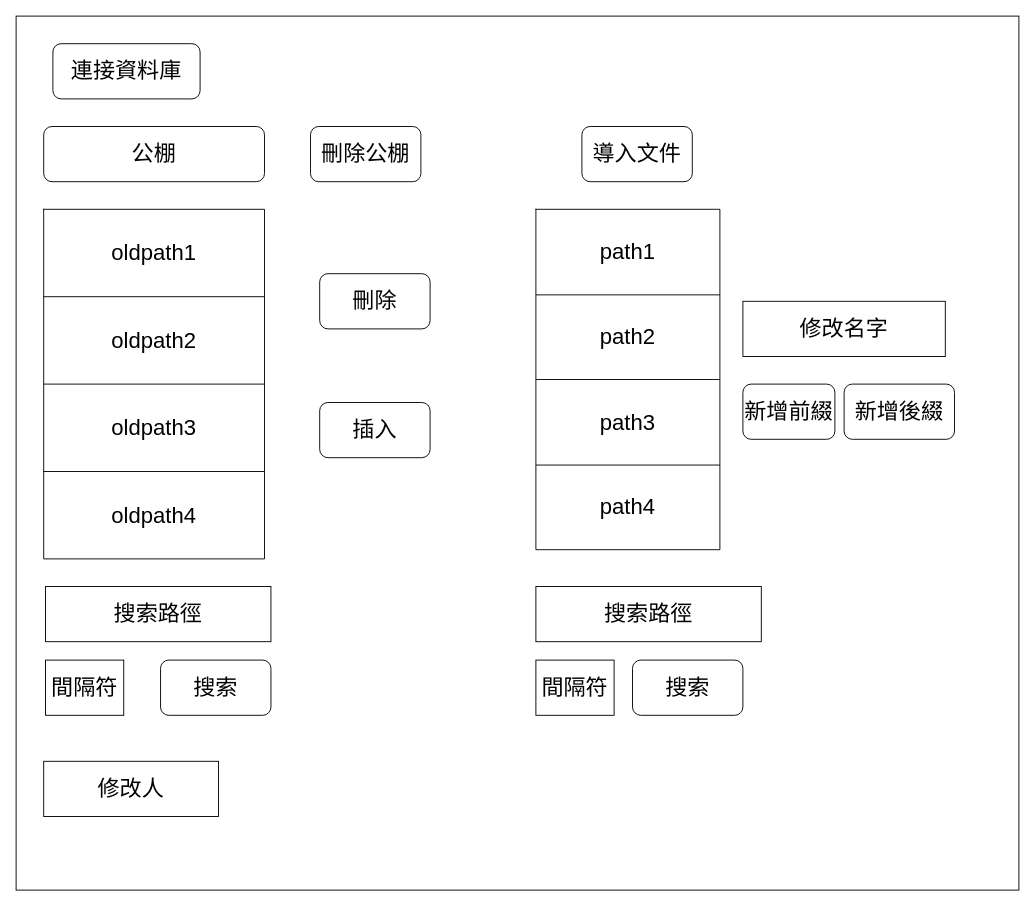
pengzhen80/PigeonRace keeps this draw.io diagram as page "Page-1" (2 of 4) of nfz_web_ui_design.drawio. Above is the earlier version. Source tidied: cells renumbered, new cells numbered last; positions are measured from the earlier drawing's top-left corner, leaving out a move shared by most shapes. Both pictures are drawn from the tidied source at 92%, with x=0, y=0 at pixel (16, 16).
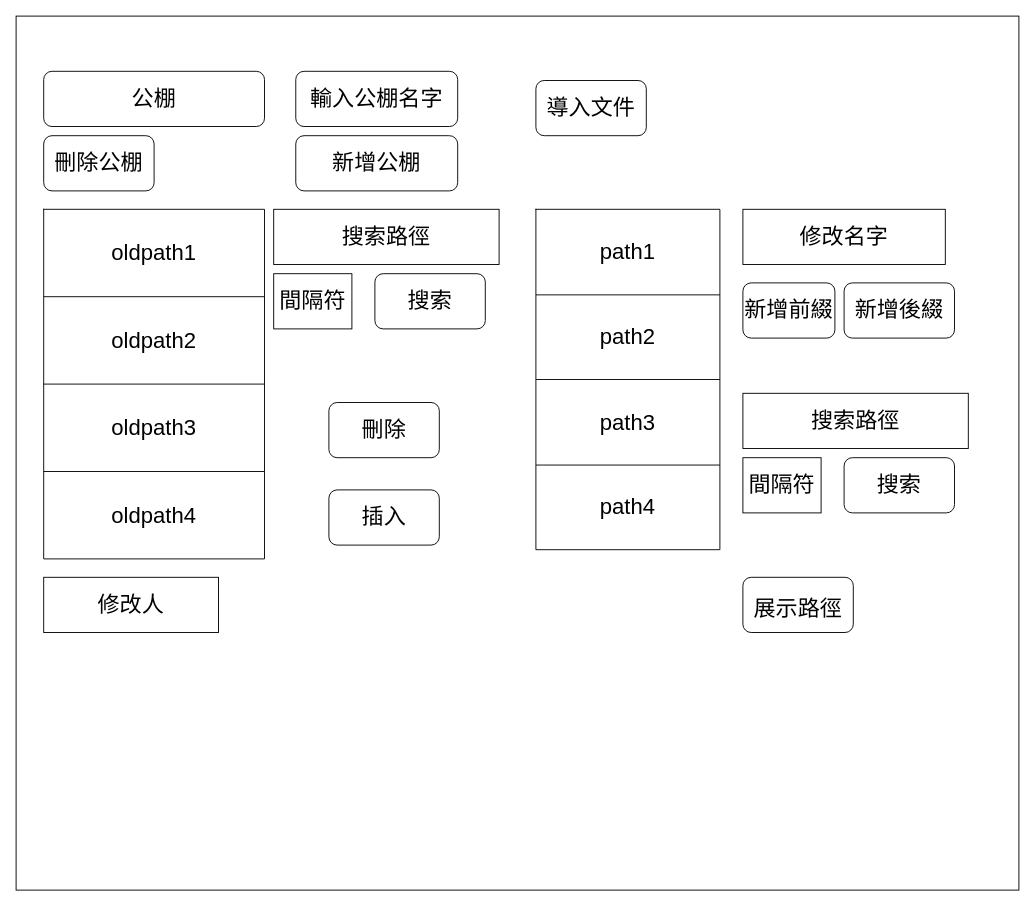
After the change.

Change to the diagram source:
```diff
@@
     <mxCell id="3" value="&lt;font style=&quot;font-size: 24px;&quot;&gt;導入文件&lt;/font&gt;" style="rounded=1;whiteSpace=wrap;html=1;" parent="1" vertex="1">
-      <mxGeometry x="615" y="120" width="120" height="60" as="geometry" />
+      <mxGeometry x="565" y="70" width="120" height="60" as="geometry" />
     </mxCell>
@@
-    <mxCell id="13" value="連接資料庫" style="rounded=1;whiteSpace=wrap;html=1;fontSize=24;" parent="1" vertex="1">
-      <mxGeometry x="40" y="30" width="160" height="60" as="geometry" />
-    </mxCell>
     <mxCell id="14" value="公棚" style="rounded=1;whiteSpace=wrap;html=1;fontSize=24;" parent="1" vertex="1">
-      <mxGeometry x="30" y="120" width="240" height="60" as="geometry" />
+      <mxGeometry x="30" y="60" width="240" height="60" as="geometry" />
     </mxCell>
@@
     <mxCell id="24" value="插入" style="rounded=1;whiteSpace=wrap;html=1;fontSize=24;" parent="1" vertex="1">
-      <mxGeometry x="330" y="420" width="120" height="60" as="geometry" />
+      <mxGeometry x="340" y="515" width="120" height="60" as="geometry" />
     </mxCell>
     <mxCell id="25" value="刪除" style="rounded=1;whiteSpace=wrap;html=1;fontSize=24;" parent="1" vertex="1">
-      <mxGeometry x="330" y="280" width="120" height="60" as="geometry" />
+      <mxGeometry x="340" y="420" width="120" height="60" as="geometry" />
     </mxCell>
     <mxCell id="26" value="刪除公棚" style="rounded=1;whiteSpace=wrap;html=1;fontSize=24;" parent="1" vertex="1">
-      <mxGeometry x="320" y="120" width="120" height="60" as="geometry" />
+      <mxGeometry x="30" y="130" width="120" height="60" as="geometry" />
     </mxCell>
     <mxCell id="27" value="修改人" style="rounded=0;whiteSpace=wrap;html=1;fontSize=24;" parent="1" vertex="1">
-      <mxGeometry x="30" y="810" width="190" height="60" as="geometry" />
+      <mxGeometry x="30" y="610" width="190" height="60" as="geometry" />
     </mxCell>
     <mxCell id="28" value="&lt;font style=&quot;font-size: 24px;&quot;&gt;修改名字&lt;/font&gt;" style="rounded=0;whiteSpace=wrap;html=1;" parent="1" vertex="1">
-      <mxGeometry x="790" y="310" width="220" height="60" as="geometry" />
+      <mxGeometry x="790" y="210" width="220" height="60" as="geometry" />
     </mxCell>
     <mxCell id="29" value="新增前綴" style="rounded=1;whiteSpace=wrap;html=1;fontSize=24;" parent="1" vertex="1">
-      <mxGeometry x="790" y="400" width="100" height="60" as="geometry" />
+      <mxGeometry x="790" y="290" width="100" height="60" as="geometry" />
     </mxCell>
     <mxCell id="30" value="新增後綴" style="rounded=1;whiteSpace=wrap;html=1;fontSize=24;" parent="1" vertex="1">
-      <mxGeometry x="900" y="400" width="120" height="60" as="geometry" />
+      <mxGeometry x="900" y="290" width="120" height="60" as="geometry" />
     </mxCell>
     <mxCell id="31" value="&lt;font style=&quot;font-size: 24px;&quot;&gt;搜索路徑&lt;/font&gt;" style="rounded=0;whiteSpace=wrap;html=1;" parent="1" vertex="1">
-      <mxGeometry x="565" y="620" width="245" height="60" as="geometry" />
+      <mxGeometry x="790" y="410" width="245" height="60" as="geometry" />
     </mxCell>
     <mxCell id="32" value="&lt;font style=&quot;font-size: 24px;&quot;&gt;間隔符&lt;/font&gt;" style="rounded=0;whiteSpace=wrap;html=1;" parent="1" vertex="1">
-      <mxGeometry x="565" y="700" width="85" height="60" as="geometry" />
+      <mxGeometry x="790" y="480" width="85" height="60" as="geometry" />
     </mxCell>
     <mxCell id="33" value="搜索" style="rounded=1;whiteSpace=wrap;html=1;fontSize=24;" parent="1" vertex="1">
-      <mxGeometry x="670" y="700" width="120" height="60" as="geometry" />
+      <mxGeometry x="900" y="480" width="120" height="60" as="geometry" />
     </mxCell>
     <mxCell id="34" value="&lt;font style=&quot;font-size: 24px;&quot;&gt;搜索路徑&lt;/font&gt;" style="rounded=0;whiteSpace=wrap;html=1;" parent="1" vertex="1">
-      <mxGeometry x="32" y="620" width="245" height="60" as="geometry" />
+      <mxGeometry x="280" y="210" width="245" height="60" as="geometry" />
     </mxCell>
     <mxCell id="35" value="&lt;font style=&quot;font-size: 24px;&quot;&gt;間隔符&lt;/font&gt;" style="rounded=0;whiteSpace=wrap;html=1;" parent="1" vertex="1">
-      <mxGeometry x="32" y="700" width="85" height="60" as="geometry" />
+      <mxGeometry x="280" y="280" width="85" height="60" as="geometry" />
     </mxCell>
     <mxCell id="36" value="搜索" style="rounded=1;whiteSpace=wrap;html=1;fontSize=24;" parent="1" vertex="1">
-      <mxGeometry x="157" y="700" width="120" height="60" as="geometry" />
+      <mxGeometry x="390" y="280" width="120" height="60" as="geometry" />
     </mxCell>
+    <mxCell id="37" value="&lt;font style=&quot;font-size: 24px;&quot;&gt;展示路徑&lt;/font&gt;" style="rounded=1;whiteSpace=wrap;html=1;fontSize=36;" parent="1" vertex="1">
+      <mxGeometry x="790" y="610" width="120" height="60" as="geometry" />
+    </mxCell>
+    <mxCell id="38" value="輸入公棚名字" style="rounded=1;whiteSpace=wrap;html=1;fontSize=24;" parent="1" vertex="1">
+      <mxGeometry x="304" y="60" width="176" height="60" as="geometry" />
+    </mxCell>
+    <mxCell id="39" value="新增公棚" style="rounded=1;whiteSpace=wrap;html=1;fontSize=24;" parent="1" vertex="1">
+      <mxGeometry x="304" y="130" width="176" height="60" as="geometry" />
+    </mxCell>
```
